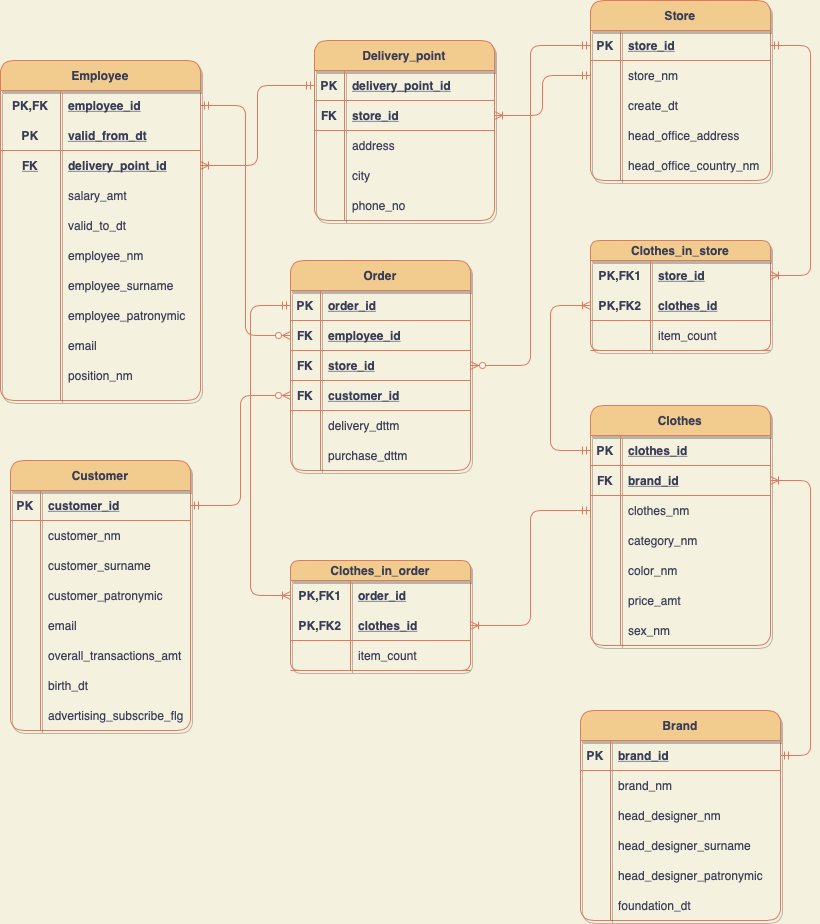
Earlier version of the draw.io export images/LogicalModel.png (werticell/DatabaseProject). Source tidied: cells renumbered, new cells last; positions are measured from the earlier drawing's top-left corner, leaving out a move shared by most shapes.
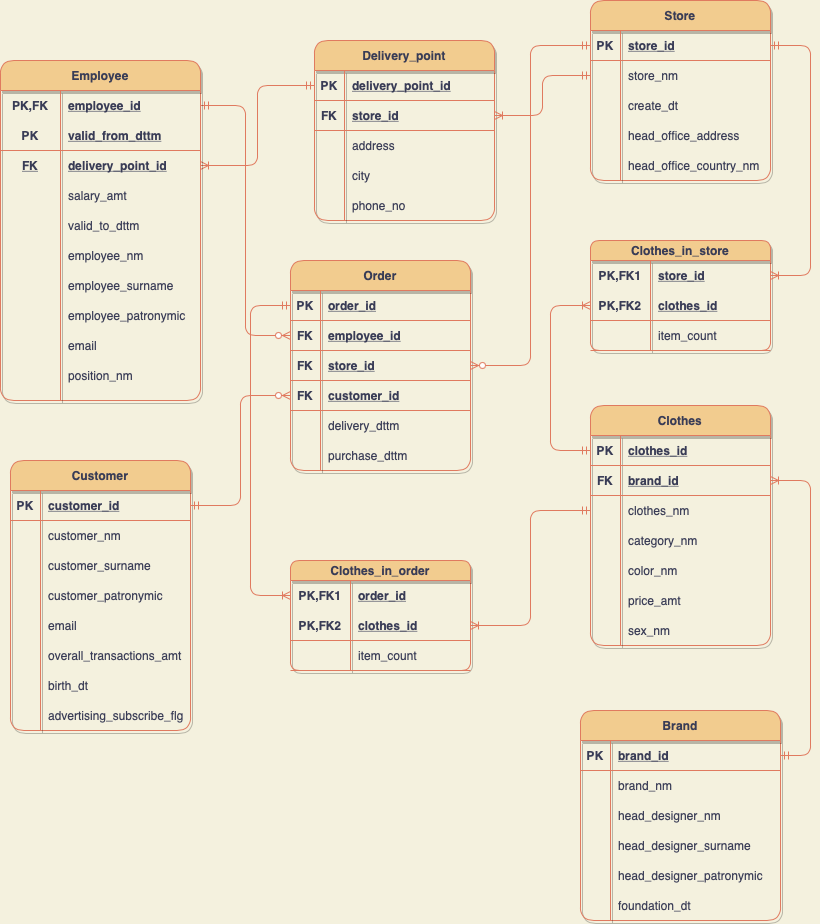
The same file after the commit.

Diff of the diagram source:
```diff
@@ -481,7 +481,7 @@
     <mxCell id="154" value="PK" style="shape=partialRectangle;fillColor=none;top=0;left=0;bottom=0;right=0;fontStyle=1;overflow=hidden;strokeColor=#E07A5F;fontColor=#393C56;" parent="153" vertex="1">
       <mxGeometry width="60" height="30" as="geometry" />
     </mxCell>
-    <mxCell id="155" value="valid_from_dt" style="shape=partialRectangle;fillColor=none;top=0;left=0;bottom=0;right=0;align=left;spacingLeft=6;fontStyle=5;overflow=hidden;strokeColor=#E07A5F;fontColor=#393C56;" parent="153" vertex="1">
+    <mxCell id="155" value="valid_from_dttm" style="shape=partialRectangle;fillColor=none;top=0;left=0;bottom=0;right=0;align=left;spacingLeft=6;fontStyle=5;overflow=hidden;strokeColor=#E07A5F;fontColor=#393C56;" parent="153" vertex="1">
       <mxGeometry x="60" width="140" height="30" as="geometry" />
     </mxCell>
     <mxCell id="156" style="shape=partialRectangle;fillColor=none;top=0;left=0;bottom=0;right=0;points=[[0,0.5],[1,0.5]];portConstraint=eastwest;strokeColor=#E07A5F;fontColor=#393C56;" parent="149" vertex="1">
@@ -508,7 +508,7 @@
     <mxCell id="163" style="shape=partialRectangle;fillColor=none;top=0;left=0;bottom=0;right=0;overflow=hidden;strokeColor=#E07A5F;fontColor=#393C56;" parent="162" vertex="1">
       <mxGeometry width="60" height="30" as="geometry" />
     </mxCell>
-    <mxCell id="164" value="valid_to_dt" style="shape=partialRectangle;fillColor=none;top=0;left=0;bottom=0;right=0;align=left;spacingLeft=6;overflow=hidden;strokeColor=#E07A5F;fontColor=#393C56;" parent="162" vertex="1">
+    <mxCell id="164" value="valid_to_dttm" style="shape=partialRectangle;fillColor=none;top=0;left=0;bottom=0;right=0;align=left;spacingLeft=6;overflow=hidden;strokeColor=#E07A5F;fontColor=#393C56;" parent="162" vertex="1">
       <mxGeometry x="60" width="140" height="30" as="geometry" />
     </mxCell>
     <mxCell id="165" style="shape=partialRectangle;fillColor=none;top=0;left=0;bottom=0;right=0;strokeColor=#E07A5F;fontColor=#393C56;" parent="149" vertex="1">
```
